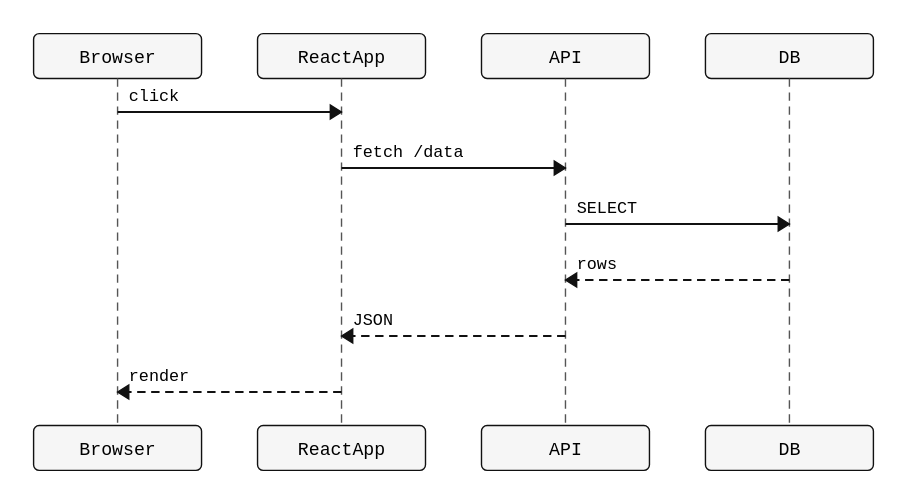
The PlantUML diagram docs/examples/sequence/09_box.svg in alliecatowo/puml, before a commit. Its source is kept beside it as docs/examples/sequence/09_box.puml. Source of this version:
```plantuml
@startuml
participant Browser
participant ReactApp
participant API
participant DB
Browser -> ReactApp: click
ReactApp -> API: fetch /data
API -> DB: SELECT
DB --> API: rows
API --> ReactApp: JSON
ReactApp --> Browser: render
@enduml
```
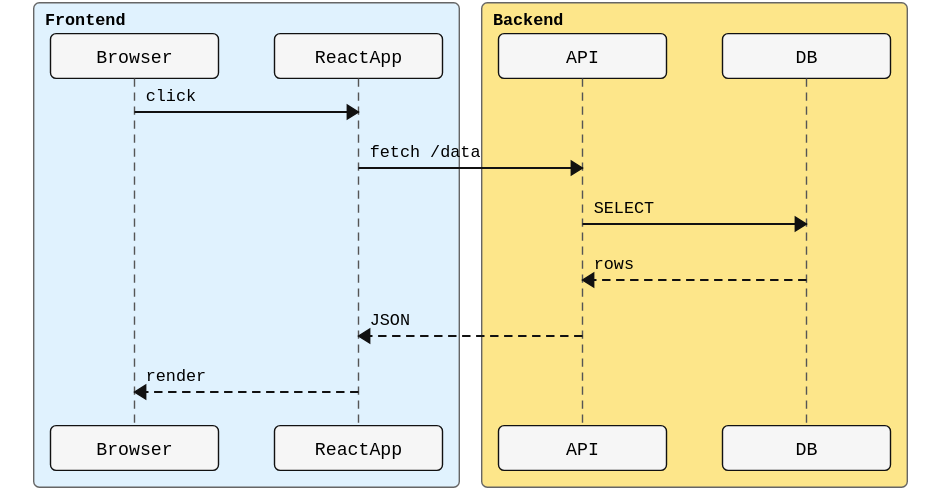
The same diagram one commit later.

Commit message:
fix(render): render sequence participant box groups

Change to the diagram source:
```diff
@@ -1,8 +1,12 @@
 @startuml
+box "Frontend" #e0f2fe
 participant Browser
 participant ReactApp
+end box
+box "Backend" #fde68a
 participant API
 participant DB
+end box
 Browser -> ReactApp: click
 ReactApp -> API: fetch /data
 API -> DB: SELECT
```
